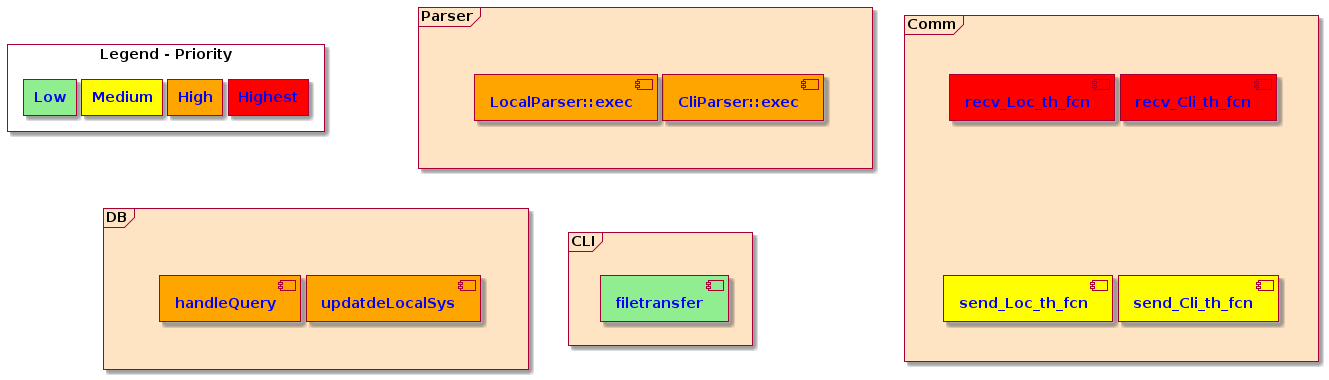
Above: Proj/diags/plantuml/component-diag/output/component-diag-rs-threads.png in ElectroQuanta/MDO (PlantUML), before the change.
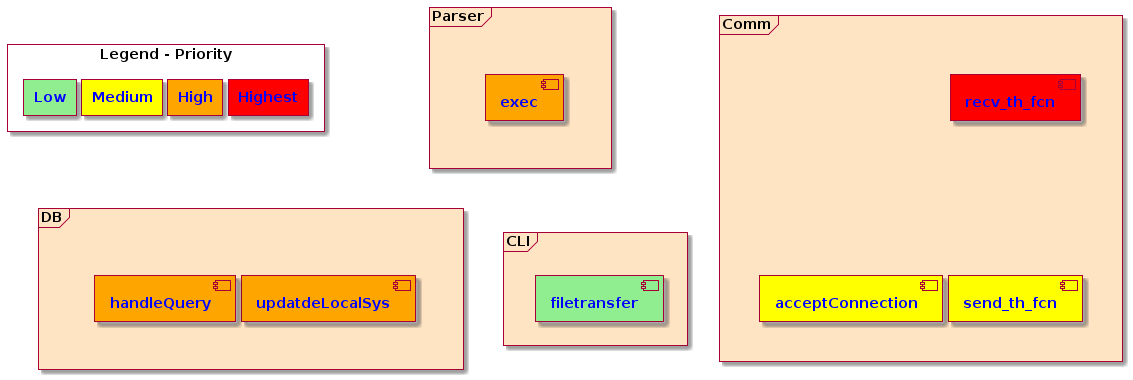
Later version of the same file.

Change to the diagram source:
```diff
@@ -28,12 +28,11 @@
   }
   frame "Comm" as LCM #bisque{
   together {
-    [recv_Cli_th_fcn] as RCL #$highest
-    [recv_Loc_th_fcn] as RLC #$highest
+    [recv_th_fcn] as RCL #$highest
   }
   together {
-  [send_Cli_th_fcn] as SCL $medium
-  [send_Loc_th_fcn] as SLC $medium
+  [send_th_fcn] as SCL $medium
+  [acceptConnection] as ACC $medium
   }
   }
   frame "CLI" as CLI #bisque{
@@ -41,8 +40,7 @@
   }
   frame "Parser" as PAR #bisque{
   together {
-  [CliParser::exec] as CLE $high
-  [LocalParser::exec] as LCE $high
+  [exec] as CLE $high
   }
   }
 
```
